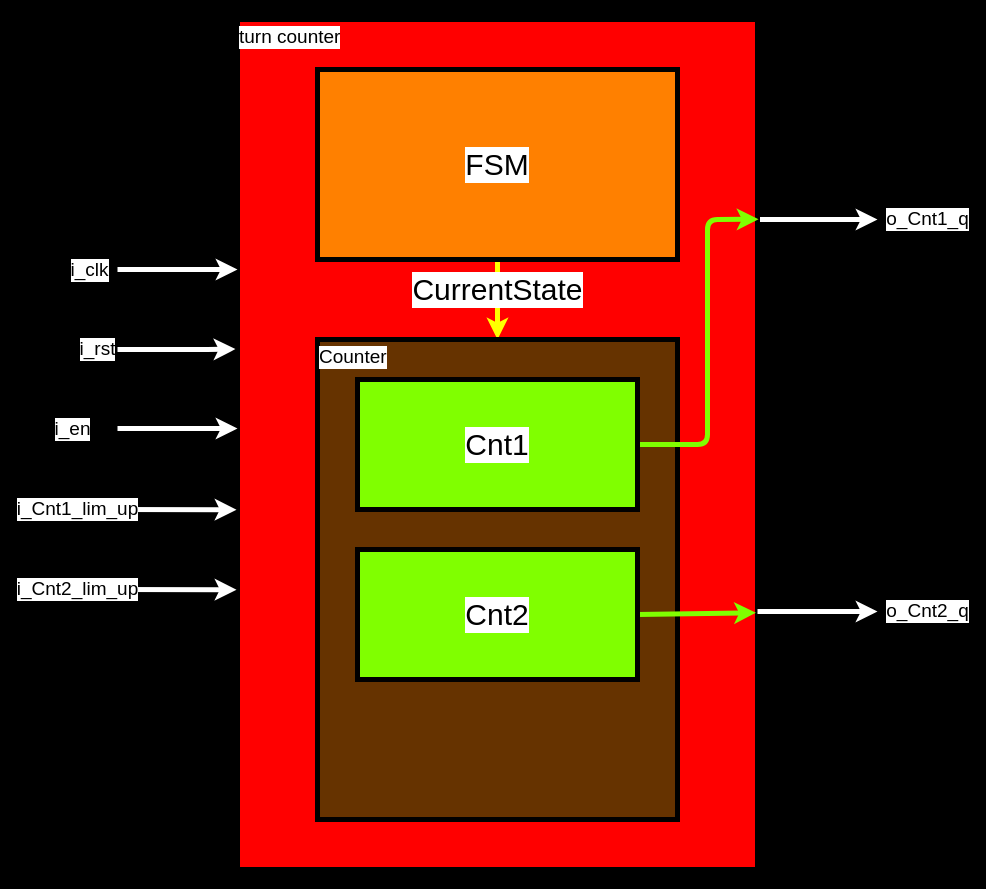
This is 3/img/架構圖.drawio from gordonpow/lab_hardware_test, a draw.io file, before an edit. Source tidied: cells renumbered, new cells numbered last; positions are measured from the earlier drawing's top-left corner, leaving out a move shared by most shapes. Both pictures are drawn from the tidied source at 100%, with x=0, y=0 at pixel (117, 19).
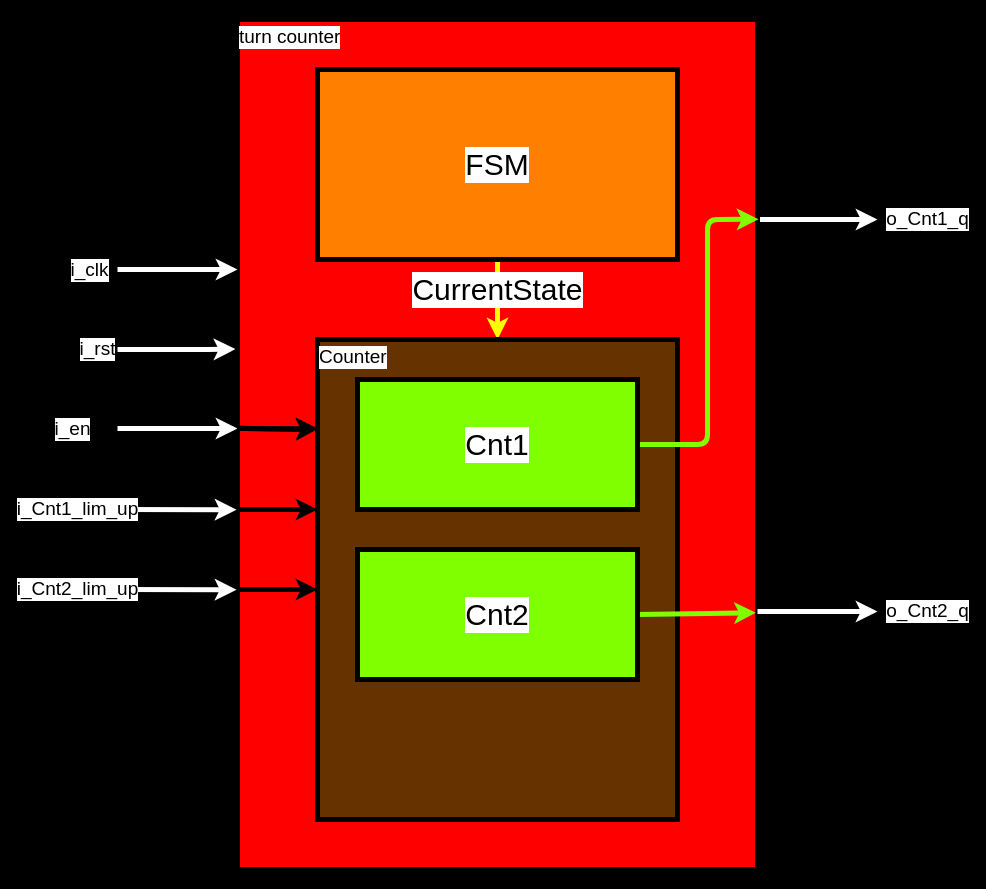
The same page after the edit.

The change refers to these unchanged cells:
```xml
<mxCell id="3" value="turn counter" style="rounded=0;whiteSpace=wrap;html=1;fillColor=#FF0000;fontColor=#000000;strokeColor=#000000;strokeWidth=5;align=left;horizontal=1;verticalAlign=top;fontSize=19;labelBackgroundColor=#FFFFFF;" parent="1" vertex="1">
  <mxGeometry x="120" width="520" height="850" as="geometry" />
</mxCell>
<mxCell id="14" value="&lt;font style=&quot;&quot;&gt;Counter&lt;/font&gt;" style="rounded=0;whiteSpace=wrap;html=1;strokeWidth=5;fontSize=19;fillColor=#663300;strokeColor=#000000;align=left;verticalAlign=top;fontColor=#000000;labelBackgroundColor=#FFFFFF;" parent="1" vertex="1">
  <mxGeometry x="200" y="320" width="360" height="480" as="geometry" />
</mxCell>
```

Change to the diagram source:
```diff
@@
+    <mxCell id="20" style="edgeStyle=none;jettySize=auto;html=1;entryX=0.001;entryY=0.186;entryDx=0;entryDy=0;entryPerimeter=0;exitX=0;exitY=0.481;exitDx=0;exitDy=0;exitPerimeter=0;strokeWidth=5;" parent="1" edge="1" source="3" target="14">
+      <mxGeometry relative="1" as="geometry" />
+    </mxCell>
+    <mxCell id="21" style="edgeStyle=none;jettySize=auto;html=1;entryX=0.001;entryY=0.186;entryDx=0;entryDy=0;entryPerimeter=0;exitX=0;exitY=0.481;exitDx=0;exitDy=0;exitPerimeter=0;strokeWidth=5;" parent="1" edge="1" source="3" target="14">
+      <mxGeometry relative="1" as="geometry">
+        <Array as="points">
+          <mxPoint x="180" y="410" />
+        </Array>
+      </mxGeometry>
+    </mxCell>
+    <mxCell id="22" style="edgeStyle=none;orthogonalLoop=1;jettySize=auto;html=1;strokeWidth=5;" parent="1" edge="1">
+      <mxGeometry relative="1" as="geometry">
+        <mxPoint x="120" y="490" as="sourcePoint" />
+        <mxPoint x="200" y="490" as="targetPoint" />
+      </mxGeometry>
+    </mxCell>
+    <mxCell id="23" style="edgeStyle=none;orthogonalLoop=1;jettySize=auto;html=1;strokeWidth=5;" parent="1" edge="1">
+      <mxGeometry relative="1" as="geometry">
+        <mxPoint x="120" y="570" as="sourcePoint" />
+        <mxPoint x="200" y="570" as="targetPoint" />
+      </mxGeometry>
+    </mxCell>
```
